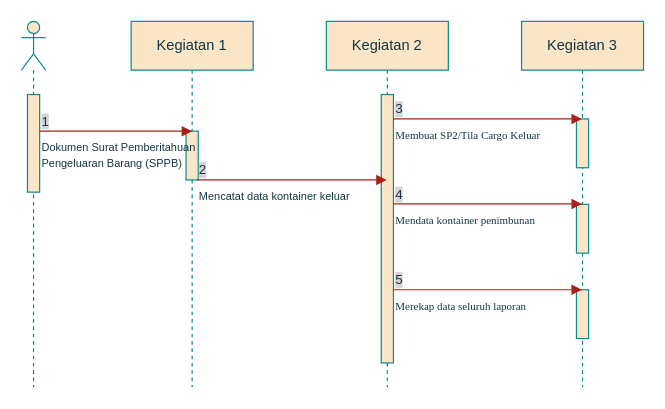
This is page "sequence diagram keluar" (2 of 2) of Sequence Diagram pa tata.drawio from cuangshulhan/Flowchart, a draw.io file, before an edit. Source tidied: cells renumbered, new cells numbered last; positions are measured from the earlier drawing's top-left corner, leaving out a move shared by most shapes. Both pictures are drawn from the tidied source at 122%, with x=0, y=0 at pixel (21, 21).
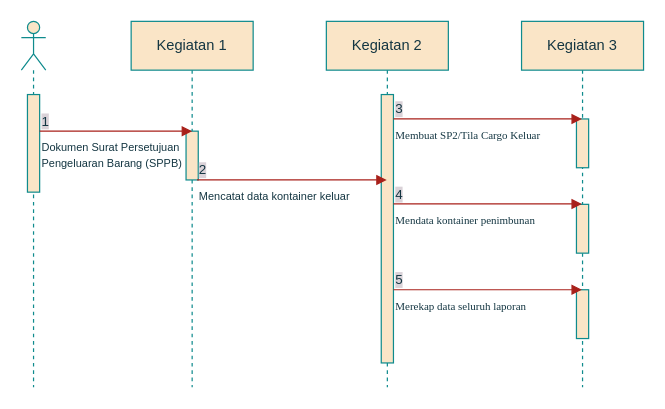
Above is the later version.

The change refers to these unchanged cells:
```xml
<mxCell id="3" style="html=1;points=[];perimeter=orthogonalPerimeter;fillColor=#FAE5C7;strokeColor=#0F8B8D;fontColor=#143642;" parent="2" vertex="1">
  <mxGeometry x="5" y="60" width="10" height="80" as="geometry" />
</mxCell>
```

Diff of the diagram source:
```diff
@@
-    <mxCell id="12" value="&lt;div&gt;&lt;font style=&quot;font-size: 9px&quot;&gt;Dokumen Surat Pemberitahuan &lt;br&gt;&lt;/font&gt;&lt;/div&gt;&lt;div&gt;&lt;font style=&quot;font-size: 9px&quot;&gt;Pengeluaran Barang (SPPB) &lt;/font&gt;&lt;/div&gt;" style="endArrow=block;endFill=1;html=1;edgeStyle=orthogonalEdgeStyle;align=left;verticalAlign=top;labelBackgroundColor=none;strokeColor=#A8201A;fontColor=#143642;" parent="1" edge="1" source="3">
+    <mxCell id="12" value="&lt;div&gt;&lt;font style=&quot;font-size: 9px&quot;&gt;Dokumen Surat Persetujuan&lt;br&gt;&lt;/font&gt;&lt;/div&gt;&lt;div&gt;&lt;font style=&quot;font-size: 9px&quot;&gt;Pengeluaran Barang (SPPB) &lt;/font&gt;&lt;/div&gt;" style="endArrow=block;endFill=1;html=1;edgeStyle=orthogonalEdgeStyle;align=left;verticalAlign=top;labelBackgroundColor=none;strokeColor=#A8201A;fontColor=#143642;" parent="1" edge="1" source="3">
       <mxGeometry x="-1" relative="1" as="geometry">
         <mxPoint x="140" y="90" as="targetPoint" />
         <Array as="points">
           <mxPoint x="40" y="90" />
           <mxPoint x="40" y="90" />
         </Array>
       </mxGeometry>
     </mxCell>
```
